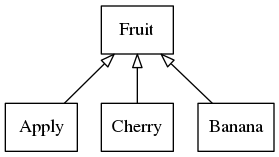
Earlier version of the Graphviz export img/sum-type-via-subclassing.png (tmciver/adt-presentation). Its source is kept beside it as img/sum-type-via-subclassing.dot.
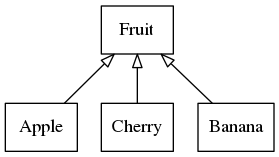
The same diagram one commit later.

Commit message:
Fix typo in dot file.

What changed in the source:
```diff
@@ -1,5 +1,5 @@
 digraph {
         node [shape=record];
 
-        Fruit -> {Apply, Cherry, Banana} [dir=back, arrowtail=empty]
+        Fruit -> {Apple, Cherry, Banana} [dir=back, arrowtail=empty]
 }
```
